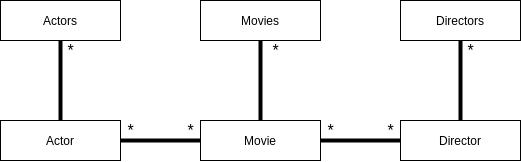
Before: images/api_uml.png, a diagram exported from draw.io (awingray/IMDB). Source tidied: cells renumbered, new cells last; positions are measured from the earlier drawing's top-left corner, leaving out a move shared by most shapes. The source it was exported from:
```xml
<mxGraphModel>
  <root>
    <mxCell id="0" />
    <mxCell id="1" parent="0" />
    <mxCell id="2" value="Actors" style="rounded=0;whiteSpace=wrap;html=1;" parent="1" vertex="1">
      <mxGeometry width="120" height="40" as="geometry" />
    </mxCell>
    <mxCell id="3" value="Actor" style="rounded=0;whiteSpace=wrap;html=1;" parent="1" vertex="1">
      <mxGeometry y="120" width="120" height="40" as="geometry" />
    </mxCell>
    <mxCell id="4" value="Movie" style="rounded=0;whiteSpace=wrap;html=1;" parent="1" vertex="1">
      <mxGeometry x="200" y="120" width="120" height="40" as="geometry" />
    </mxCell>
    <mxCell id="5" value="Movies" style="rounded=0;whiteSpace=wrap;html=1;" parent="1" vertex="1">
      <mxGeometry x="200" width="120" height="40" as="geometry" />
    </mxCell>
    <mxCell id="6" value="Directors" style="rounded=0;whiteSpace=wrap;html=1;" parent="1" vertex="1">
      <mxGeometry x="400" width="120" height="40" as="geometry" />
    </mxCell>
    <mxCell id="7" value="Director" style="rounded=0;whiteSpace=wrap;html=1;" parent="1" vertex="1">
      <mxGeometry x="400" y="120" width="120" height="40" as="geometry" />
    </mxCell>
    <mxCell id="8" style="endArrow=none;html=1;strokeWidth=4;" parent="1" edge="1" source="3" target="2">
      <mxGeometry relative="1" as="geometry" />
    </mxCell>
    <mxCell id="9" style="endArrow=none;html=1;strokeWidth=4;" parent="1" edge="1" source="3" target="4">
      <mxGeometry relative="1" as="geometry" />
    </mxCell>
    <mxCell id="10" style="endArrow=none;html=1;strokeWidth=4;" parent="1" edge="1" source="4" target="5">
      <mxGeometry relative="1" as="geometry" />
    </mxCell>
    <mxCell id="11" style="endArrow=none;html=1;strokeWidth=4;" parent="1" edge="1" source="6" target="7">
      <mxGeometry relative="1" as="geometry" />
    </mxCell>
    <mxCell id="12" style="endArrow=none;html=1;strokeWidth=4;" parent="1" edge="1" source="19" target="7">
      <mxGeometry relative="1" as="geometry" />
    </mxCell>
    <mxCell id="13" value="&lt;font style=&quot;font-size: 16px&quot;&gt;*&lt;/font&gt;" style="text;html=1;align=center;verticalAlign=middle;" parent="1" vertex="1">
      <mxGeometry x="60" y="40" width="20" height="20" as="geometry" />
    </mxCell>
    <mxCell id="14" value="&lt;font style=&quot;font-size: 16px&quot;&gt;*&lt;/font&gt;" style="text;html=1;align=center;verticalAlign=middle;" parent="1" vertex="1">
      <mxGeometry x="180" y="120" width="20" height="20" as="geometry" />
    </mxCell>
    <mxCell id="15" value="&lt;font style=&quot;font-size: 16px&quot;&gt;*&lt;/font&gt;" style="text;html=1;align=center;verticalAlign=middle;" parent="1" vertex="1">
      <mxGeometry x="320" y="120" width="20" height="20" as="geometry" />
    </mxCell>
    <mxCell id="16" value="&lt;font style=&quot;font-size: 16px&quot;&gt;*&lt;/font&gt;" style="text;html=1;align=center;verticalAlign=middle;" parent="1" vertex="1">
      <mxGeometry x="265" y="40" width="20" height="20" as="geometry" />
    </mxCell>
    <mxCell id="17" value="&lt;font style=&quot;font-size: 16px&quot;&gt;*&lt;/font&gt;" style="text;html=1;align=center;verticalAlign=middle;" parent="1" vertex="1">
      <mxGeometry x="460" y="40" width="20" height="20" as="geometry" />
    </mxCell>
    <mxCell id="18" value="&lt;font style=&quot;font-size: 16px&quot;&gt;*&lt;/font&gt;" style="text;html=1;align=center;verticalAlign=middle;" parent="1" vertex="1">
      <mxGeometry x="120" y="120" width="20" height="20" as="geometry" />
    </mxCell>
    <mxCell id="19" value="&lt;font style=&quot;font-size: 16px&quot;&gt;*&lt;/font&gt;" style="text;html=1;align=center;verticalAlign=middle;points=[];" parent="1" vertex="1">
      <mxGeometry x="380" y="120" width="20" height="20" as="geometry" />
    </mxCell>
    <mxCell id="20" style="endArrow=none;html=1;strokeWidth=4;" parent="1" edge="1" source="4" target="7">
      <mxGeometry relative="1" as="geometry" />
    </mxCell>
  </root>
</mxGraphModel>
```
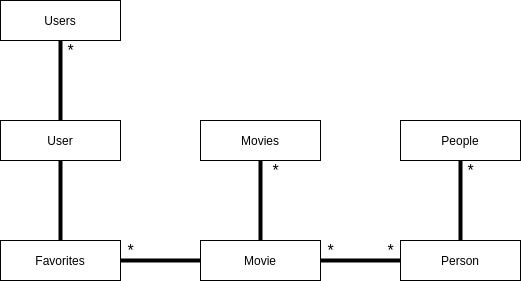
The same file after the commit.

Diff of the diagram source:
```diff
@@ -2,11 +2,11 @@
   <root>
     <mxCell id="0" />
     <mxCell id="1" parent="0" />
-    <mxCell id="2" value="Actors" style="rounded=0;whiteSpace=wrap;html=1;" parent="1" vertex="1">
-      <mxGeometry width="120" height="40" as="geometry" />
+    <mxCell id="2" value="Users" style="rounded=0;whiteSpace=wrap;html=1;" parent="1" vertex="1">
+      <mxGeometry y="-120" width="120" height="40" as="geometry" />
     </mxCell>
-    <mxCell id="3" value="Actor" style="rounded=0;whiteSpace=wrap;html=1;" parent="1" vertex="1">
-      <mxGeometry y="120" width="120" height="40" as="geometry" />
+    <mxCell id="3" value="User" style="rounded=0;whiteSpace=wrap;html=1;" parent="1" vertex="1">
+      <mxGeometry width="120" height="40" as="geometry" />
     </mxCell>
     <mxCell id="4" value="Movie" style="rounded=0;whiteSpace=wrap;html=1;" parent="1" vertex="1">
       <mxGeometry x="200" y="120" width="120" height="40" as="geometry" />
@@ -14,16 +14,16 @@
     <mxCell id="5" value="Movies" style="rounded=0;whiteSpace=wrap;html=1;" parent="1" vertex="1">
       <mxGeometry x="200" width="120" height="40" as="geometry" />
     </mxCell>
-    <mxCell id="6" value="Directors" style="rounded=0;whiteSpace=wrap;html=1;" parent="1" vertex="1">
+    <mxCell id="6" value="People" style="rounded=0;whiteSpace=wrap;html=1;" parent="1" vertex="1">
       <mxGeometry x="400" width="120" height="40" as="geometry" />
     </mxCell>
-    <mxCell id="7" value="Director" style="rounded=0;whiteSpace=wrap;html=1;" parent="1" vertex="1">
+    <mxCell id="7" value="Person" style="rounded=0;whiteSpace=wrap;html=1;" parent="1" vertex="1">
       <mxGeometry x="400" y="120" width="120" height="40" as="geometry" />
     </mxCell>
     <mxCell id="8" style="endArrow=none;html=1;strokeWidth=4;" parent="1" edge="1" source="3" target="2">
       <mxGeometry relative="1" as="geometry" />
     </mxCell>
-    <mxCell id="9" style="endArrow=none;html=1;strokeWidth=4;" parent="1" edge="1" source="3" target="4">
+    <mxCell id="9" style="endArrow=none;html=1;strokeWidth=4;" parent="1" edge="1" source="3" target="21">
       <mxGeometry relative="1" as="geometry" />
     </mxCell>
     <mxCell id="10" style="endArrow=none;html=1;strokeWidth=4;" parent="1" edge="1" source="4" target="5">
@@ -36,11 +36,8 @@
       <mxGeometry relative="1" as="geometry" />
     </mxCell>
     <mxCell id="13" value="&lt;font style=&quot;font-size: 16px&quot;&gt;*&lt;/font&gt;" style="text;html=1;align=center;verticalAlign=middle;" parent="1" vertex="1">
-      <mxGeometry x="60" y="40" width="20" height="20" as="geometry" />
+      <mxGeometry x="60" y="-80" width="20" height="20" as="geometry" />
     </mxCell>
-    <mxCell id="14" value="&lt;font style=&quot;font-size: 16px&quot;&gt;*&lt;/font&gt;" style="text;html=1;align=center;verticalAlign=middle;" parent="1" vertex="1">
-      <mxGeometry x="180" y="120" width="20" height="20" as="geometry" />
-    </mxCell>
     <mxCell id="15" value="&lt;font style=&quot;font-size: 16px&quot;&gt;*&lt;/font&gt;" style="text;html=1;align=center;verticalAlign=middle;" parent="1" vertex="1">
       <mxGeometry x="320" y="120" width="20" height="20" as="geometry" />
     </mxCell>
@@ -59,5 +56,11 @@
     <mxCell id="20" style="endArrow=none;html=1;strokeWidth=4;" parent="1" edge="1" source="4" target="7">
       <mxGeometry relative="1" as="geometry" />
     </mxCell>
+    <mxCell id="21" value="Favorites" style="rounded=0;whiteSpace=wrap;html=1;" parent="1" vertex="1">
+      <mxGeometry y="120" width="120" height="40" as="geometry" />
+    </mxCell>
+    <mxCell id="22" style="endArrow=none;html=1;strokeWidth=4;" parent="1" edge="1" source="21" target="4">
+      <mxGeometry relative="1" as="geometry" />
+    </mxCell>
   </root>
 </mxGraphModel>
```
